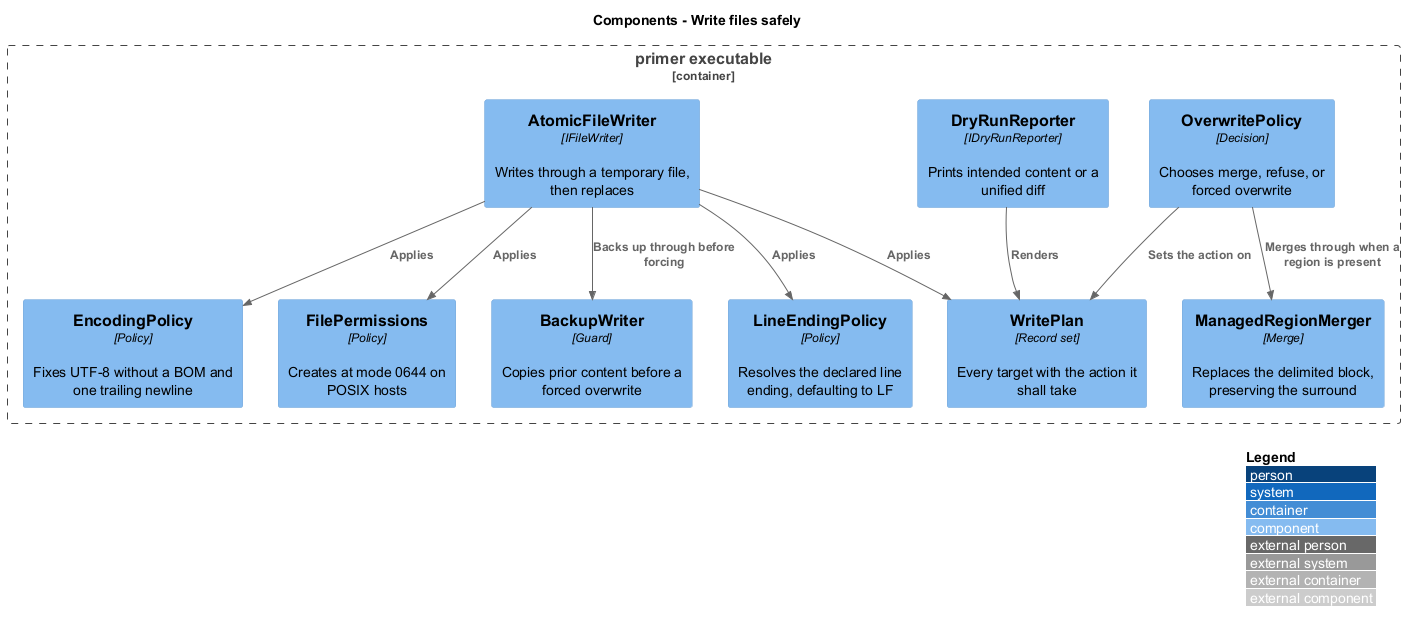
Above: docs/detailed-designs/agent-file-generation/write-files-safely/diagrams/c4-component.png in QuinntyneBrown/primer (PlantUML), before the change. Its diagram source:
```plantuml
@startuml
!include <C4/C4_Component>
LAYOUT_WITH_LEGEND()
title Components - Write files safely

Container_Boundary(exe, "primer executable") {
  Component(plan, "WritePlan", "Record set", "Every target with the action it shall take")
  Component(policy, "OverwritePolicy", "Decision", "Chooses merge, refuse, or forced overwrite")
  Component(merger, "ManagedRegionMerger", "Merge", "Replaces the delimited block, preserving the surround")
  Component(dryrun, "DryRunReporter", "IDryRunReporter", "Prints intended content or a unified diff")
  Component(writer, "AtomicFileWriter", "IFileWriter", "Writes through a temporary file, then replaces")
  Component(backup, "BackupWriter", "Guard", "Copies prior content before a forced overwrite")
  Component(lineendings, "LineEndingPolicy", "Policy", "Resolves the declared line ending, defaulting to LF")
  Component(encoding, "EncodingPolicy", "Policy", "Fixes UTF-8 without a BOM and one trailing newline")
  Component(permissions, "FilePermissions", "Policy", "Creates at mode 0644 on POSIX hosts")
}

Rel(policy, plan, "Sets the action on")
Rel(policy, merger, "Merges through when a region is present")
Rel(dryrun, plan, "Renders")
Rel(writer, plan, "Applies")
Rel(writer, backup, "Backs up through before forcing")
Rel(writer, lineendings, "Applies")
Rel(writer, encoding, "Applies")
Rel(writer, permissions, "Applies")
@enduml
```
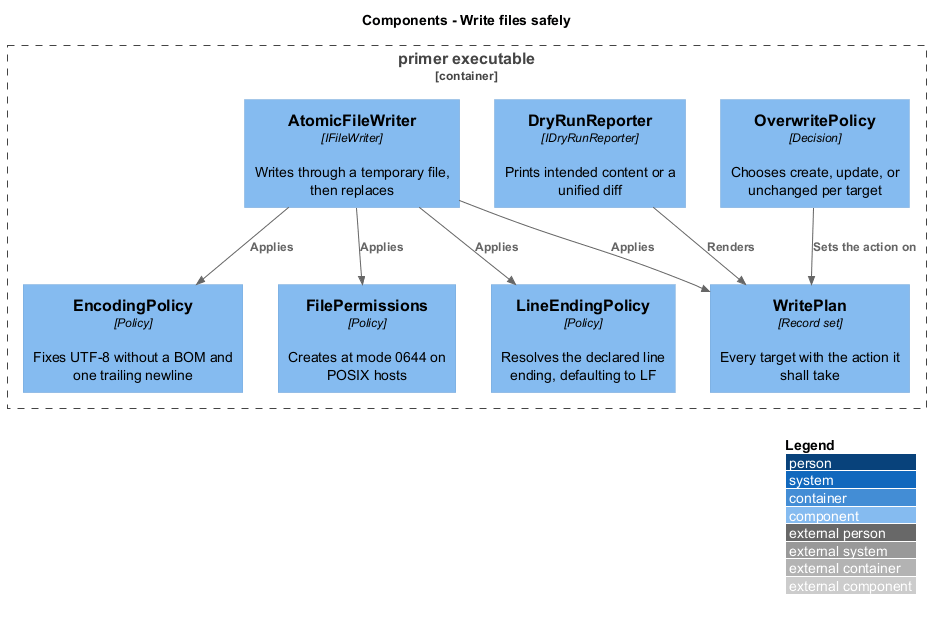
After the commit.

Diff of the diagram source:
```diff
@@ -5,21 +5,17 @@
 
 Container_Boundary(exe, "primer executable") {
   Component(plan, "WritePlan", "Record set", "Every target with the action it shall take")
-  Component(policy, "OverwritePolicy", "Decision", "Chooses merge, refuse, or forced overwrite")
-  Component(merger, "ManagedRegionMerger", "Merge", "Replaces the delimited block, preserving the surround")
+  Component(policy, "OverwritePolicy", "Decision", "Chooses create, update, or unchanged per target")
   Component(dryrun, "DryRunReporter", "IDryRunReporter", "Prints intended content or a unified diff")
   Component(writer, "AtomicFileWriter", "IFileWriter", "Writes through a temporary file, then replaces")
-  Component(backup, "BackupWriter", "Guard", "Copies prior content before a forced overwrite")
   Component(lineendings, "LineEndingPolicy", "Policy", "Resolves the declared line ending, defaulting to LF")
   Component(encoding, "EncodingPolicy", "Policy", "Fixes UTF-8 without a BOM and one trailing newline")
   Component(permissions, "FilePermissions", "Policy", "Creates at mode 0644 on POSIX hosts")
 }
 
 Rel(policy, plan, "Sets the action on")
-Rel(policy, merger, "Merges through when a region is present")
 Rel(dryrun, plan, "Renders")
 Rel(writer, plan, "Applies")
-Rel(writer, backup, "Backs up through before forcing")
 Rel(writer, lineendings, "Applies")
 Rel(writer, encoding, "Applies")
 Rel(writer, permissions, "Applies")
```
